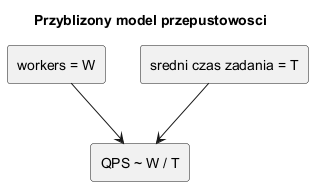
The PlantUML diagram src/05-object-pool/06-asynchroniczne-workery/diagrams/02-throughput-model.png in tborzyszkowski/DesignPatterns, before a commit. Source of this version:
```plantuml
@startuml
skinparam shadowing false
skinparam monochrome true

title Przyblizony model przepustowosci

rectangle "workers = W" as W
rectangle "sredni czas zadania = T" as T
rectangle "QPS ~ W / T" as Q

W --> Q
T --> Q
@enduml
```
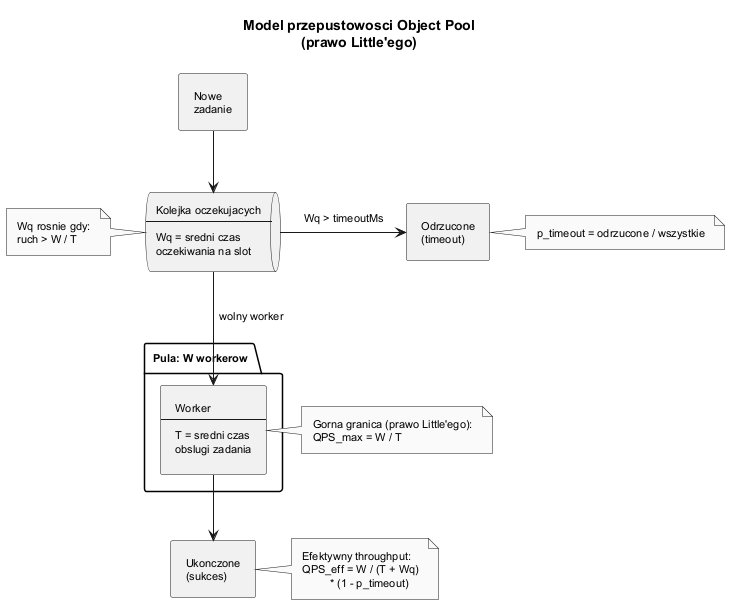
The same diagram one commit later.

Commit message:
Update Object Pool documentation and diagrams with Little's Law insights and enhance settings for Java support

Change to the diagram source:
```diff
@@ -1,13 +1,46 @@
 @startuml
 skinparam shadowing false
 skinparam monochrome true
+skinparam defaultFontSize 11
+skinparam padding 5
 
-title Przyblizony model przepustowosci
+title Model przepustowosci Object Pool\n(prawo Little'ego)
 
-rectangle "workers = W" as W
-rectangle "sredni czas zadania = T" as T
-rectangle "QPS ~ W / T" as Q
+rectangle "Nowe\nzadanie" as REQ
 
-W --> Q
-T --> Q
+queue "Kolejka oczekujacych\n---\nWq = sredni czas\noczekiwania na slot" as QUEUE
+
+package "Pula: W workerow" {
+  rectangle "Worker\n---\nT = sredni czas\nobslugi zadania" as WRK
+}
+
+rectangle "Ukonczone\n(sukces)" as OK
+
+rectangle "Odrzucone\n(timeout)" as FAIL
+
+REQ -down-> QUEUE
+QUEUE -right-> FAIL : Wq > timeoutMs
+QUEUE -down-> WRK : wolny worker
+WRK -down-> OK
+
+note left of QUEUE
+  Wq rosnie gdy:
+  ruch > W / T
+end note
+
+note right of WRK
+  Gorna granica (prawo Little'ego):
+  QPS_max = W / T
+end note
+
+note right of OK
+  Efektywny throughput:
+  QPS_eff = W / (T + Wq)
+           * (1 - p_timeout)
+end note
+
+note right of FAIL
+  p_timeout = odrzucone / wszystkie
+end note
+
 @enduml
```
